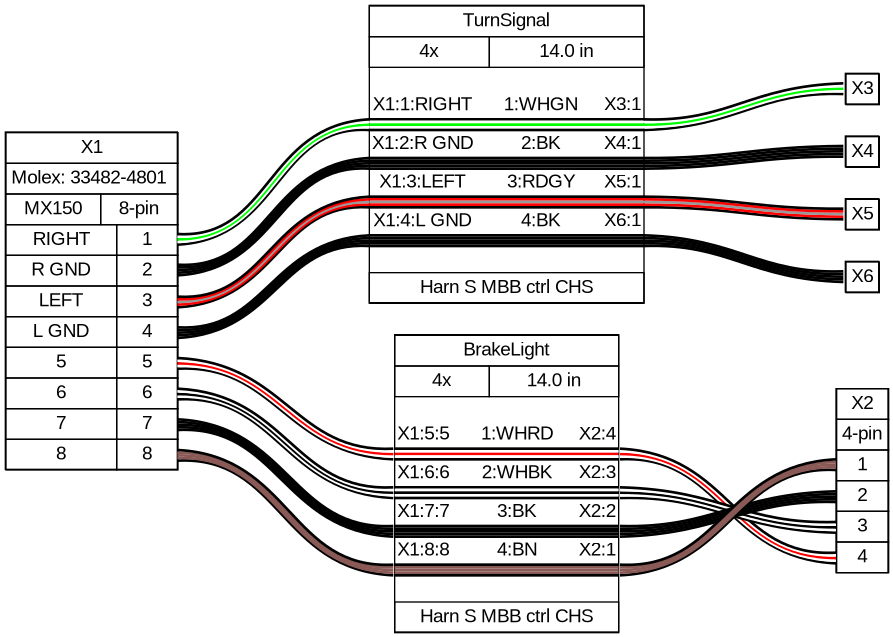
Before: harness/rear_lights.png, a diagram exported from Graphviz (atomicdog/ZeroMotoWireharness). Its source is kept beside it as harness/rear_lights.gv. Source of this version:
```dot
graph {
	graph [bgcolor="#FFFFFF" fontname=arial nodesep=0.33 rankdir=LR ranksep=2]
	node [fillcolor="#FFFFFF" fontname=arial height=0 margin=0 shape=none style=filled width=0]
	edge [fontname=arial style=bold]
	X1 [label=<
<table border="0" cellspacing="0" cellpadding="0">
 <tr><td>
  <table border="0" cellspacing="0" cellpadding="3" cellborder="1"><tr>
   <td balign="left">X1</td>
  </tr></table>
 </td></tr>
 <tr><td>
  <table border="0" cellspacing="0" cellpadding="3" cellborder="1"><tr>
   <td balign="left">Molex: 33482-4801 </td>
  </tr></table>
 </td></tr>
 <tr><td>
  <table border="0" cellspacing="0" cellpadding="3" cellborder="1"><tr>
   <td balign="left">MX150</td>
   <td balign="left">8-pin</td>
  </tr></table>
 </td></tr>
 <tr><td>
  <table border="0" cellspacing="0" cellpadding="3" cellborder="1">
   <tr>
    <td>RIGHT</td>
    <td port="p1r">1</td>
   </tr>
   <tr>
    <td>R GND</td>
    <td port="p2r">2</td>
   </tr>
   <tr>
    <td>LEFT</td>
    <td port="p3r">3</td>
   </tr>
   <tr>
    <td>L GND</td>
    <td port="p4r">4</td>
   </tr>
   <tr>
    <td>5</td>
    <td port="p5r">5</td>
   </tr>
   <tr>
    <td>6</td>
    <td port="p6r">6</td>
   </tr>
   <tr>
    <td>7</td>
    <td port="p7r">7</td>
   </tr>
   <tr>
    <td>8</td>
    <td port="p8r">8</td>
   </tr>
  </table>
 </td></tr>
</table>
> fillcolor="#FFFFFF" shape=box style=filled]
	X2 [label=<
<table border="0" cellspacing="0" cellpadding="0">
 <tr><td>
  <table border="0" cellspacing="0" cellpadding="3" cellborder="1"><tr>
   <td balign="left">X2</td>
  </tr></table>
 </td></tr>
 <tr><td>
  <table border="0" cellspacing="0" cellpadding="3" cellborder="1"><tr>
   <td balign="left">4-pin</td>
  </tr></table>
 </td></tr>
 <tr><td>
  <table border="0" cellspacing="0" cellpadding="3" cellborder="1">
   <tr>
    <td port="p1l">1</td>
   </tr>
   <tr>
    <td port="p2l">2</td>
   </tr>
   <tr>
    <td port="p3l">3</td>
   </tr>
   <tr>
    <td port="p4l">4</td>
   </tr>
  </table>
 </td></tr>
</table>
> fillcolor="#FFFFFF" shape=box style=filled]
	X3 [label=<
<table border="0" cellspacing="0" cellpadding="0">
 <tr><td>
  <table border="0" cellspacing="0" cellpadding="3" cellborder="1"><tr>
   <td balign="left">X3</td>
  </tr></table>
 </td></tr>
</table>
> fillcolor="#FFFFFF" shape=box style=filled]
	X4 [label=<
<table border="0" cellspacing="0" cellpadding="0">
 <tr><td>
  <table border="0" cellspacing="0" cellpadding="3" cellborder="1"><tr>
   <td balign="left">X4</td>
  </tr></table>
 </td></tr>
</table>
> fillcolor="#FFFFFF" shape=box style=filled]
	X5 [label=<
<table border="0" cellspacing="0" cellpadding="0">
 <tr><td>
  <table border="0" cellspacing="0" cellpadding="3" cellborder="1"><tr>
   <td balign="left">X5</td>
  </tr></table>
 </td></tr>
</table>
> fillcolor="#FFFFFF" shape=box style=filled]
	X6 [label=<
<table border="0" cellspacing="0" cellpadding="0">
 <tr><td>
  <table border="0" cellspacing="0" cellpadding="3" cellborder="1"><tr>
   <td balign="left">X6</td>
  </tr></table>
 </td></tr>
</table>
> fillcolor="#FFFFFF" shape=box style=filled]
	edge [color="#000000:#ffffff:#00ff00:#ffffff:#000000"]
	X1:p1r:e -- TurnSignal:w1:w
	edge [color="#000000:#000000:#000000:#000000:#000000"]
	X1:p2r:e -- TurnSignal:w2:w
	edge [color="#000000:#ff0000:#999999:#ff0000:#000000"]
	X1:p3r:e -- TurnSignal:w3:w
	edge [color="#000000:#000000:#000000:#000000:#000000"]
	X1:p4r:e -- TurnSignal:w4:w
	edge [color="#000000:#ffffff:#00ff00:#ffffff:#000000"]
	TurnSignal:w1:e -- X3:w
	edge [color="#000000:#000000:#000000:#000000:#000000"]
	TurnSignal:w2:e -- X4:w
	edge [color="#000000:#ff0000:#999999:#ff0000:#000000"]
	TurnSignal:w3:e -- X5:w
	edge [color="#000000:#000000:#000000:#000000:#000000"]
	TurnSignal:w4:e -- X6:w
	TurnSignal [label=<
<table border="0" cellspacing="0" cellpadding="0">
 <tr><td>
  <table border="0" cellspacing="0" cellpadding="3" cellborder="1"><tr>
   <td balign="left">TurnSignal</td>
  </tr></table>
 </td></tr>
 <tr><td>
  <table border="0" cellspacing="0" cellpadding="3" cellborder="1"><tr>
   <td balign="left">4x</td>
   <td balign="left">14.0 in</td>
  </tr></table>
 </td></tr>
 <tr><td>
  <table border="0" cellspacing="0" cellborder="0">
   <tr><td>&nbsp;</td></tr>
   <tr>
    <td>X1:1:RIGHT</td>
    <td>
     1:WHGN
    </td>
    <td>X3:1</td>
   </tr>
   <tr>
    <td colspan="3" border="0" cellspacing="0" cellpadding="0" port="w1" height="10">
     <table cellspacing="0" cellborder="0" border="0">
      <tr><td colspan="3" cellpadding="0" height="2" bgcolor="#000000" border="0"></td></tr>
      <tr><td colspan="3" cellpadding="0" height="2" bgcolor="#ffffff" border="0"></td></tr>
      <tr><td colspan="3" cellpadding="0" height="2" bgcolor="#00ff00" border="0"></td></tr>
      <tr><td colspan="3" cellpadding="0" height="2" bgcolor="#ffffff" border="0"></td></tr>
      <tr><td colspan="3" cellpadding="0" height="2" bgcolor="#000000" border="0"></td></tr>
     </table>
    </td>
   </tr>
   <tr>
    <td>X1:2:R GND</td>
    <td>
     2:BK
    </td>
    <td>X4:1</td>
   </tr>
   <tr>
    <td colspan="3" border="0" cellspacing="0" cellpadding="0" port="w2" height="10">
     <table cellspacing="0" cellborder="0" border="0">
      <tr><td colspan="3" cellpadding="0" height="2" bgcolor="#000000" border="0"></td></tr>
      <tr><td colspan="3" cellpadding="0" height="2" bgcolor="#000000" border="0"></td></tr>
      <tr><td colspan="3" cellpadding="0" height="2" bgcolor="#000000" border="0"></td></tr>
      <tr><td colspan="3" cellpadding="0" height="2" bgcolor="#000000" border="0"></td></tr>
      <tr><td colspan="3" cellpadding="0" height="2" bgcolor="#000000" border="0"></td></tr>
     </table>
    </td>
   </tr>
   <tr>
    <td>X1:3:LEFT</td>
    <td>
     3:RDGY
    </td>
    <td>X5:1</td>
   </tr>
   <tr>
    <td colspan="3" border="0" cellspacing="0" cellpadding="0" port="w3" height="10">
     <table cellspacing="0" cellborder="0" border="0">
      <tr><td colspan="3" cellpadding="0" height="2" bgcolor="#000000" border="0"></td></tr>
      <tr><td colspan="3" cellpadding="0" height="2" bgcolor="#ff0000" border="0"></td></tr>
      <tr><td colspan="3" cellpadding="0" height="2" bgcolor="#999999" border="0"></td></tr>
      <tr><td colspan="3" cellpadding="0" height="2" bgcolor="#ff0000" border="0"></td></tr>
      <tr><td colspan="3" cellpadding="0" height="2" bgcolor="#000000" border="0"></td></tr>
     </table>
    </td>
   </tr>
   <tr>
    <td>X1:4:L GND</td>
    <td>
     4:BK
    </td>
    <td>X6:1</td>
   </tr>
   <tr>
    <td colspan="3" border="0" cellspacing="0" cellpadding="0" port="w4" height="10">
     <table cellspacing="0" cellborder="0" border="0">
      <tr><td colspan="3" cellpadding="0" height="2" bgcolor="#000000" border="0"></td></tr>
      <tr><td colspan="3" cellpadding="0" height="2" bgcolor="#000000" border="0"></td></tr>
      <tr><td colspan="3" cellpadding="0" height="2" bgcolor="#000000" border="0"></td></tr>
      <tr><td colspan="3" cellpadding="0" height="2" bgcolor="#000000" border="0"></td></tr>
      <tr><td colspan="3" cellpadding="0" height="2" bgcolor="#000000" border="0"></td></tr>
     </table>
    </td>
   </tr>
   <tr><td>&nbsp;</td></tr>
  </table>
 </td></tr>
 <tr><td>
  <table border="0" cellspacing="0" cellpadding="3" cellborder="1"><tr>
   <td balign="left">Harn S MBB ctrl CHS</td>
  </tr></table>
 </td></tr>
</table>
> fillcolor="#FFFFFF" shape=box style=filled]
	edge [color="#000000:#ffffff:#ff0000:#ffffff:#000000"]
	X1:p5r:e -- BrakeLight:w1:w
	BrakeLight:w1:e -- X2:p4l:w
	edge [color="#000000:#ffffff:#000000:#ffffff:#000000"]
	X1:p6r:e -- BrakeLight:w2:w
	BrakeLight:w2:e -- X2:p3l:w
	edge [color="#000000:#000000:#000000:#000000:#000000"]
	X1:p7r:e -- BrakeLight:w3:w
	BrakeLight:w3:e -- X2:p2l:w
	edge [color="#000000:#895956:#895956:#895956:#000000"]
	X1:p8r:e -- BrakeLight:w4:w
	BrakeLight:w4:e -- X2:p1l:w
	BrakeLight [label=<
<table border="0" cellspacing="0" cellpadding="0">
 <tr><td>
  <table border="0" cellspacing="0" cellpadding="3" cellborder="1"><tr>
   <td balign="left">BrakeLight</td>
  </tr></table>
 </td></tr>
 <tr><td>
  <table border="0" cellspacing="0" cellpadding="3" cellborder="1"><tr>
   <td balign="left">4x</td>
   <td balign="left">14.0 in</td>
  </tr></table>
 </td></tr>
 <tr><td>
  <table border="0" cellspacing="0" cellborder="0">
   <tr><td>&nbsp;</td></tr>
   <tr>
    <td>X1:5:5</td>
    <td>
     1:WHRD
    </td>
    <td>X2:4</td>
   </tr>
   <tr>
    <td colspan="3" border="0" cellspacing="0" cellpadding="0" port="w1" height="10">
     <table cellspacing="0" cellborder="0" border="0">
      <tr><td colspan="3" cellpadding="0" height="2" bgcolor="#000000" border="0"></td></tr>
      <tr><td colspan="3" cellpadding="0" height="2" bgcolor="#ffffff" border="0"></td></tr>
      <tr><td colspan="3" cellpadding="0" height="2" bgcolor="#ff0000" border="0"></td></tr>
      <tr><td colspan="3" cellpadding="0" height="2" bgcolor="#ffffff" border="0"></td></tr>
      <tr><td colspan="3" cellpadding="0" height="2" bgcolor="#000000" border="0"></td></tr>
     </table>
    </td>
   </tr>
   <tr>
    <td>X1:6:6</td>
    <td>
     2:WHBK
    </td>
    <td>X2:3</td>
   </tr>
   <tr>
    <td colspan="3" border="0" cellspacing="0" cellpadding="0" port="w2" height="10">
     <table cellspacing="0" cellborder="0" border="0">
      <tr><td colspan="3" cellpadding="0" height="2" bgcolor="#000000" border="0"></td></tr>
      <tr><td colspan="3" cellpadding="0" height="2" bgcolor="#ffffff" border="0"></td></tr>
      <tr><td colspan="3" cellpadding="0" height="2" bgcolor="#000000" border="0"></td></tr>
      <tr><td colspan="3" cellpadding="0" height="2" bgcolor="#ffffff" border="0"></td></tr>
      <tr><td colspan="3" cellpadding="0" height="2" bgcolor="#000000" border="0"></td></tr>
     </table>
    </td>
   </tr>
   <tr>
    <td>X1:7:7</td>
    <td>
     3:BK
    </td>
    <td>X2:2</td>
   </tr>
   <tr>
    <td colspan="3" border="0" cellspacing="0" cellpadding="0" port="w3" height="10">
     <table cellspacing="0" cellborder="0" border="0">
      <tr><td colspan="3" cellpadding="0" height="2" bgcolor="#000000" border="0"></td></tr>
      <tr><td colspan="3" cellpadding="0" height="2" bgcolor="#000000" border="0"></td></tr>
      <tr><td colspan="3" cellpadding="0" height="2" bgcolor="#000000" border="0"></td></tr>
      <tr><td colspan="3" cellpadding="0" height="2" bgcolor="#000000" border="0"></td></tr>
      <tr><td colspan="3" cellpadding="0" height="2" bgcolor="#000000" border="0"></td></tr>
     </table>
    </td>
   </tr>
   <tr>
    <td>X1:8:8</td>
    <td>
     4:BN
    </td>
    <td>X2:1</td>
   </tr>
   <tr>
    <td colspan="3" border="0" cellspacing="0" cellpadding="0" port="w4" height="10">
     <table cellspacing="0" cellborder="0" border="0">
      <tr><td colspan="3" cellpadding="0" height="2" bgcolor="#000000" border="0"></td></tr>
      <tr><td colspan="3" cellpadding="0" height="2" bgcolor="#895956" border="0"></td></tr>
      <tr><td colspan="3" cellpadding="0" height="2" bgcolor="#895956" border="0"></td></tr>
      <tr><td colspan="3" cellpadding="0" height="2" bgcolor="#895956" border="0"></td></tr>
      <tr><td colspan="3" cellpadding="0" height="2" bgcolor="#000000" border="0"></td></tr>
     </table>
    </td>
   </tr>
   <tr><td>&nbsp;</td></tr>
  </table>
 </td></tr>
 <tr><td>
  <table border="0" cellspacing="0" cellpadding="3" cellborder="1"><tr>
   <td balign="left">Harn S MBB ctrl CHS</td>
  </tr></table>
 </td></tr>
</table>
> fillcolor="#FFFFFF" shape=box style=filled]
}
```
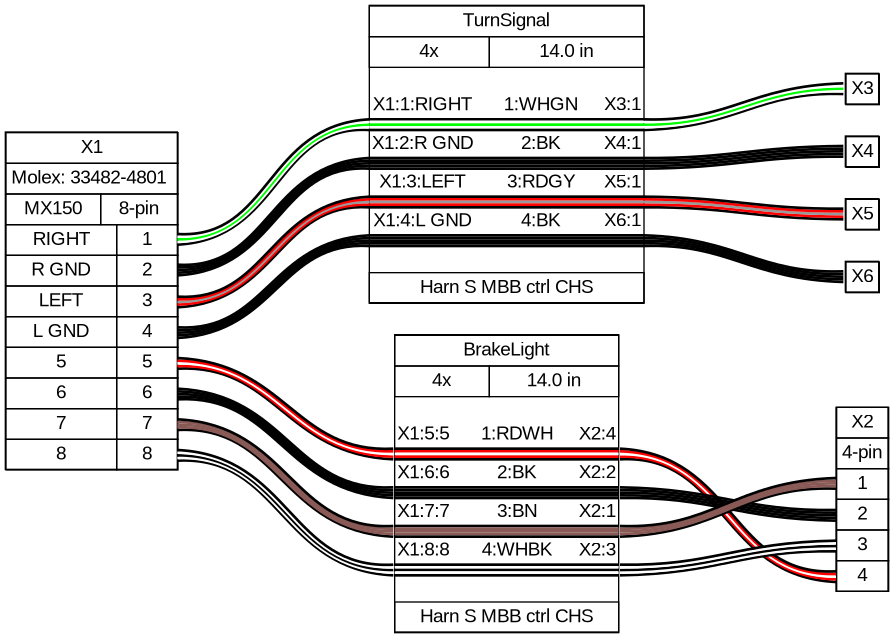
Above is the later version.

Change to the diagram source:
```diff
@@ -238,18 +238,18 @@
  </td></tr>
 </table>
 > fillcolor="#FFFFFF" shape=box style=filled]
-	edge [color="#000000:#ffffff:#ff0000:#ffffff:#000000"]
+	edge [color="#000000:#ff0000:#ffffff:#ff0000:#000000"]
 	X1:p5r:e -- BrakeLight:w1:w
 	BrakeLight:w1:e -- X2:p4l:w
+	edge [color="#000000:#000000:#000000:#000000:#000000"]
+	X1:p6r:e -- BrakeLight:w2:w
+	BrakeLight:w2:e -- X2:p2l:w
+	edge [color="#000000:#895956:#895956:#895956:#000000"]
+	X1:p7r:e -- BrakeLight:w3:w
+	BrakeLight:w3:e -- X2:p1l:w
 	edge [color="#000000:#ffffff:#000000:#ffffff:#000000"]
-	X1:p6r:e -- BrakeLight:w2:w
-	BrakeLight:w2:e -- X2:p3l:w
-	edge [color="#000000:#000000:#000000:#000000:#000000"]
-	X1:p7r:e -- BrakeLight:w3:w
-	BrakeLight:w3:e -- X2:p2l:w
-	edge [color="#000000:#895956:#895956:#895956:#000000"]
 	X1:p8r:e -- BrakeLight:w4:w
-	BrakeLight:w4:e -- X2:p1l:w
+	BrakeLight:w4:e -- X2:p3l:w
 	BrakeLight [label=<
 <table border="0" cellspacing="0" cellpadding="0">
  <tr><td>
@@ -269,7 +269,7 @@
    <tr>
     <td>X1:5:5</td>
     <td>
-     1:WHRD
+     1:RDWH
     </td>
     <td>X2:4</td>
    </tr>
@@ -277,9 +277,9 @@
     <td colspan="3" border="0" cellspacing="0" cellpadding="0" port="w1" height="10">
      <table cellspacing="0" cellborder="0" border="0">
       <tr><td colspan="3" cellpadding="0" height="2" bgcolor="#000000" border="0"></td></tr>
+      <tr><td colspan="3" cellpadding="0" height="2" bgcolor="#ff0000" border="0"></td></tr>
       <tr><td colspan="3" cellpadding="0" height="2" bgcolor="#ffffff" border="0"></td></tr>
       <tr><td colspan="3" cellpadding="0" height="2" bgcolor="#ff0000" border="0"></td></tr>
-      <tr><td colspan="3" cellpadding="0" height="2" bgcolor="#ffffff" border="0"></td></tr>
       <tr><td colspan="3" cellpadding="0" height="2" bgcolor="#000000" border="0"></td></tr>
      </table>
     </td>
@@ -287,30 +287,12 @@
    <tr>
     <td>X1:6:6</td>
     <td>
-     2:WHBK
-    </td>
-    <td>X2:3</td>
-   </tr>
-   <tr>
-    <td colspan="3" border="0" cellspacing="0" cellpadding="0" port="w2" height="10">
-     <table cellspacing="0" cellborder="0" border="0">
-      <tr><td colspan="3" cellpadding="0" height="2" bgcolor="#000000" border="0"></td></tr>
-      <tr><td colspan="3" cellpadding="0" height="2" bgcolor="#ffffff" border="0"></td></tr>
-      <tr><td colspan="3" cellpadding="0" height="2" bgcolor="#000000" border="0"></td></tr>
-      <tr><td colspan="3" cellpadding="0" height="2" bgcolor="#ffffff" border="0"></td></tr>
-      <tr><td colspan="3" cellpadding="0" height="2" bgcolor="#000000" border="0"></td></tr>
-     </table>
-    </td>
-   </tr>
-   <tr>
-    <td>X1:7:7</td>
-    <td>
-     3:BK
+     2:BK
     </td>
     <td>X2:2</td>
    </tr>
    <tr>
-    <td colspan="3" border="0" cellspacing="0" cellpadding="0" port="w3" height="10">
+    <td colspan="3" border="0" cellspacing="0" cellpadding="0" port="w2" height="10">
      <table cellspacing="0" cellborder="0" border="0">
       <tr><td colspan="3" cellpadding="0" height="2" bgcolor="#000000" border="0"></td></tr>
       <tr><td colspan="3" cellpadding="0" height="2" bgcolor="#000000" border="0"></td></tr>
@@ -321,19 +303,37 @@
     </td>
    </tr>
    <tr>
+    <td>X1:7:7</td>
+    <td>
+     3:BN
+    </td>
+    <td>X2:1</td>
+   </tr>
+   <tr>
+    <td colspan="3" border="0" cellspacing="0" cellpadding="0" port="w3" height="10">
+     <table cellspacing="0" cellborder="0" border="0">
+      <tr><td colspan="3" cellpadding="0" height="2" bgcolor="#000000" border="0"></td></tr>
+      <tr><td colspan="3" cellpadding="0" height="2" bgcolor="#895956" border="0"></td></tr>
+      <tr><td colspan="3" cellpadding="0" height="2" bgcolor="#895956" border="0"></td></tr>
+      <tr><td colspan="3" cellpadding="0" height="2" bgcolor="#895956" border="0"></td></tr>
+      <tr><td colspan="3" cellpadding="0" height="2" bgcolor="#000000" border="0"></td></tr>
+     </table>
+    </td>
+   </tr>
+   <tr>
     <td>X1:8:8</td>
     <td>
-     4:BN
+     4:WHBK
     </td>
-    <td>X2:1</td>
+    <td>X2:3</td>
    </tr>
    <tr>
     <td colspan="3" border="0" cellspacing="0" cellpadding="0" port="w4" height="10">
      <table cellspacing="0" cellborder="0" border="0">
       <tr><td colspan="3" cellpadding="0" height="2" bgcolor="#000000" border="0"></td></tr>
-      <tr><td colspan="3" cellpadding="0" height="2" bgcolor="#895956" border="0"></td></tr>
-      <tr><td colspan="3" cellpadding="0" height="2" bgcolor="#895956" border="0"></td></tr>
-      <tr><td colspan="3" cellpadding="0" height="2" bgcolor="#895956" border="0"></td></tr>
+      <tr><td colspan="3" cellpadding="0" height="2" bgcolor="#ffffff" border="0"></td></tr>
+      <tr><td colspan="3" cellpadding="0" height="2" bgcolor="#000000" border="0"></td></tr>
+      <tr><td colspan="3" cellpadding="0" height="2" bgcolor="#ffffff" border="0"></td></tr>
       <tr><td colspan="3" cellpadding="0" height="2" bgcolor="#000000" border="0"></td></tr>
      </table>
     </td>
```
